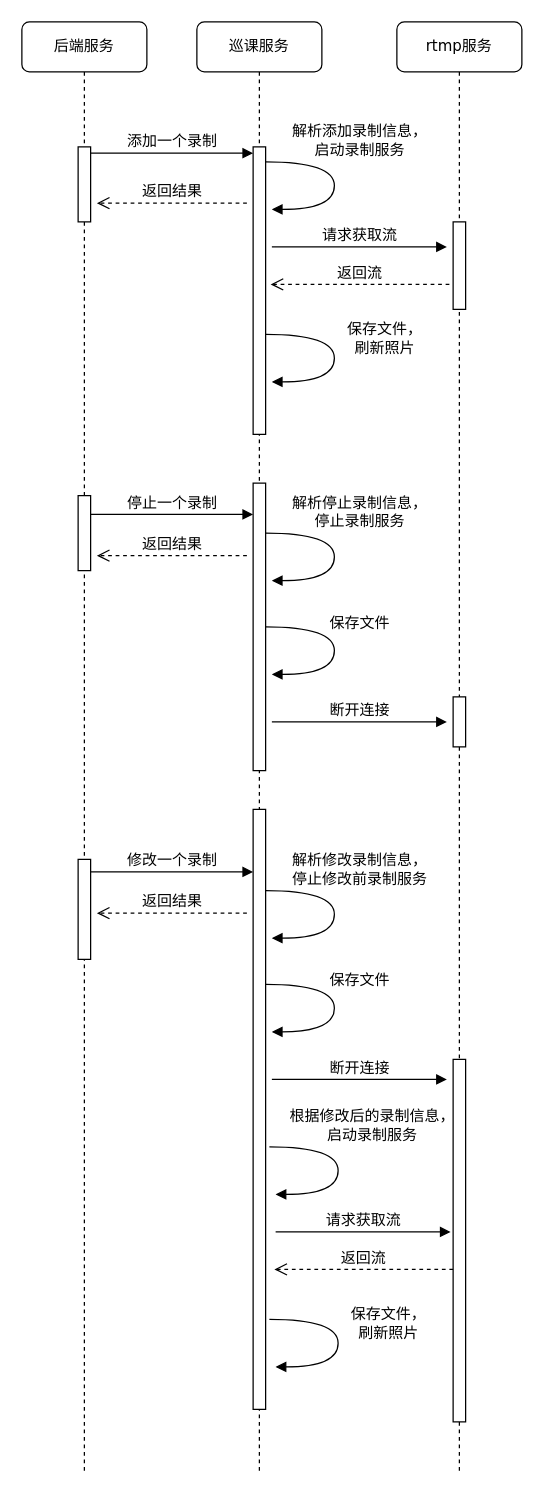
The draw.io diagram 录制信息更新操作.drawio in huangPeiLc/drawio, before the edit. Source tidied: cells renumbered, new cells numbered last; positions are measured from the earlier drawing's top-left corner, leaving out a move shared by most shapes. Both pictures are drawn from the tidied source at 125%, with x=0, y=0 at pixel (21, 21).
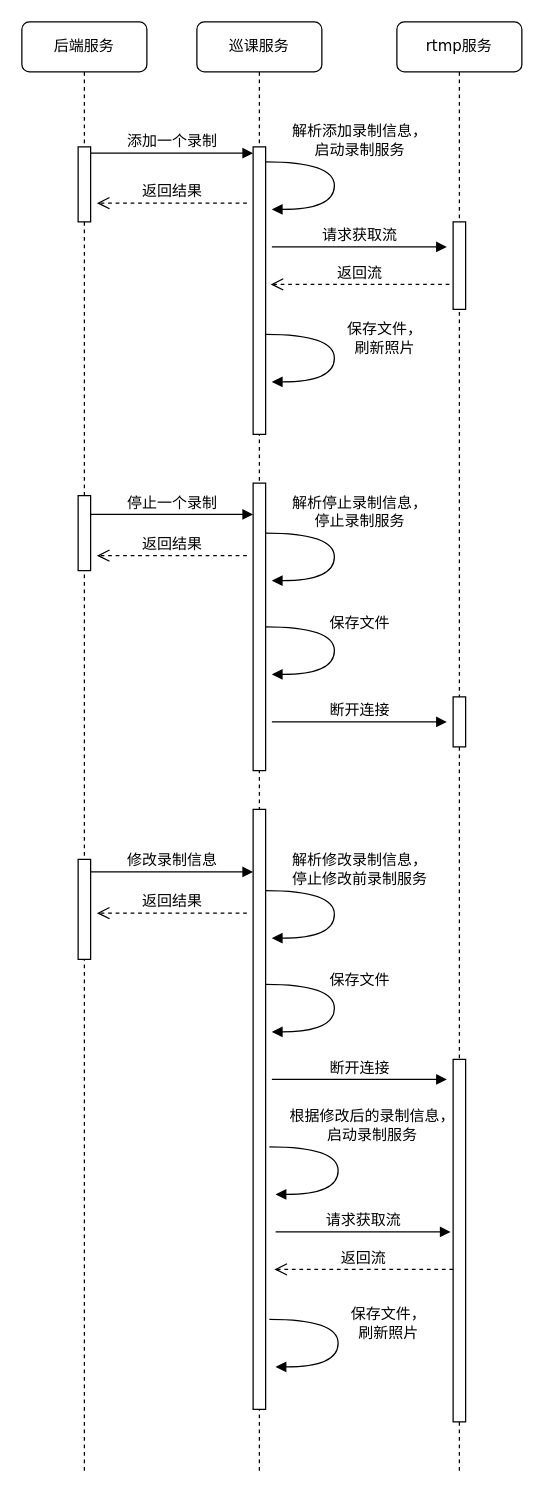
The same page after the edit.

Commit message:
Added 录制信息更新操作.drawio

Diff of the diagram source:
```diff
@@
-    <mxCell id="25" value="修改一个录制" style="html=1;verticalAlign=bottom;endArrow=block;entryX=0;entryY=0;labelBackgroundColor=none;fontFamily=Verdana;fontSize=12;edgeStyle=elbowEdgeStyle;elbow=vertical;" parent="1" edge="1">
+    <mxCell id="25" value="修改录制信息" style="html=1;verticalAlign=bottom;endArrow=block;entryX=0;entryY=0;labelBackgroundColor=none;fontFamily=Verdana;fontSize=12;edgeStyle=elbowEdgeStyle;elbow=vertical;" parent="1" edge="1">
       <mxGeometry relative="1" as="geometry">
         <mxPoint x="55" y="680" as="sourcePoint" />
         <mxPoint x="185" y="680" as="targetPoint" />
       </mxGeometry>
     </mxCell>
```
